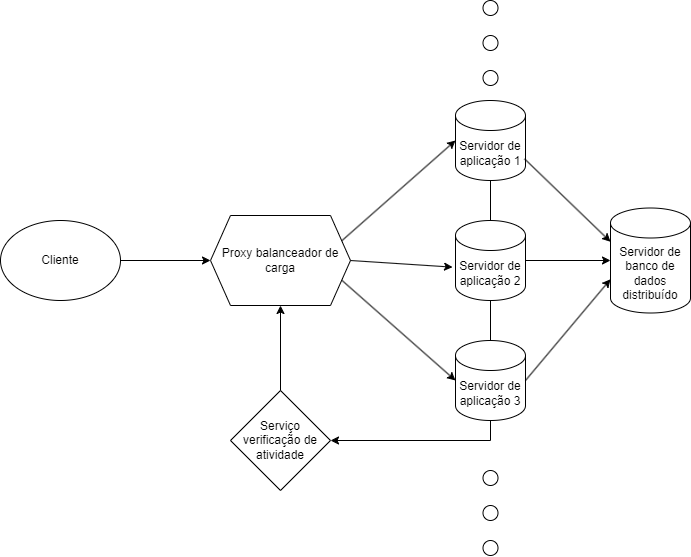
Before: docs/Diagrama da arquitetura.png, a diagram exported from draw.io (Sistemas-Distribuidos-UFG-2024-2/TicketSafe). Source tidied: cells renumbered, new cells last; positions are measured from the earlier drawing's top-left corner, leaving out a move shared by most shapes. Source of this version:
```xml
<mxGraphModel>
  <root>
    <mxCell id="0" />
    <mxCell id="1" parent="0" />
    <mxCell id="2" value="Cliente" style="ellipse;whiteSpace=wrap;html=1;" parent="1" vertex="1">
      <mxGeometry y="220" width="120" height="80" as="geometry" />
    </mxCell>
    <mxCell id="3" value="Proxy balanceador de carga" style="shape=hexagon;perimeter=hexagonPerimeter2;whiteSpace=wrap;html=1;fixedSize=1;" parent="1" vertex="1">
      <mxGeometry x="210" y="215" width="140" height="90" as="geometry" />
    </mxCell>
    <mxCell id="4" value="Serviço verificação de atividade" style="rhombus;whiteSpace=wrap;html=1;" parent="1" vertex="1">
      <mxGeometry x="230" y="390" width="100" height="100" as="geometry" />
    </mxCell>
    <mxCell id="5" value="Servidor de aplicação 1" style="shape=cylinder3;whiteSpace=wrap;html=1;boundedLbl=1;backgroundOutline=1;size=15;" parent="1" vertex="1">
      <mxGeometry x="455" y="100" width="70" height="80" as="geometry" />
    </mxCell>
    <mxCell id="6" value="Servidor de aplicação 2" style="shape=cylinder3;whiteSpace=wrap;html=1;boundedLbl=1;backgroundOutline=1;size=15;" parent="1" vertex="1">
      <mxGeometry x="455" y="220" width="70" height="80" as="geometry" />
    </mxCell>
    <mxCell id="7" value="Servidor de aplicação 3" style="shape=cylinder3;whiteSpace=wrap;html=1;boundedLbl=1;backgroundOutline=1;size=15;" parent="1" vertex="1">
      <mxGeometry x="455" y="340" width="70" height="80" as="geometry" />
    </mxCell>
    <mxCell id="8" style="ellipse;whiteSpace=wrap;html=1;" parent="1" vertex="1">
      <mxGeometry x="482.5" y="470" width="15" height="15" as="geometry" />
    </mxCell>
    <mxCell id="9" style="ellipse;whiteSpace=wrap;html=1;" parent="1" vertex="1">
      <mxGeometry x="482.5" y="505" width="15" height="15" as="geometry" />
    </mxCell>
    <mxCell id="10" style="ellipse;whiteSpace=wrap;html=1;" parent="1" vertex="1">
      <mxGeometry x="482.5" y="540" width="15" height="15" as="geometry" />
    </mxCell>
    <mxCell id="11" style="ellipse;whiteSpace=wrap;html=1;" parent="1" vertex="1">
      <mxGeometry x="482.5" width="15" height="15" as="geometry" />
    </mxCell>
    <mxCell id="12" style="ellipse;whiteSpace=wrap;html=1;" parent="1" vertex="1">
      <mxGeometry x="482.5" y="35" width="15" height="15" as="geometry" />
    </mxCell>
    <mxCell id="13" style="ellipse;whiteSpace=wrap;html=1;" parent="1" vertex="1">
      <mxGeometry x="482.5" y="70" width="15" height="15" as="geometry" />
    </mxCell>
    <mxCell id="14" style="endArrow=classic;html=1;rounded=0;entryX=0;entryY=0.5;entryDx=0;entryDy=0;exitX=1;exitY=0.5;exitDx=0;exitDy=0;" parent="1" edge="1" source="2" target="3">
      <mxGeometry relative="1" as="geometry" />
    </mxCell>
    <mxCell id="15" style="endArrow=classic;html=1;rounded=0;exitX=0.986;exitY=0.729;exitDx=0;exitDy=0;exitPerimeter=0;entryX=0;entryY=0;entryDx=0;entryDy=33.75;entryPerimeter=0;" parent="1" edge="1" source="5" target="24">
      <mxGeometry relative="1" as="geometry" />
    </mxCell>
    <mxCell id="16" style="endArrow=classic;html=1;rounded=0;exitX=1;exitY=0.5;exitDx=0;exitDy=0;exitPerimeter=0;entryX=0;entryY=0.5;entryDx=0;entryDy=0;entryPerimeter=0;" parent="1" edge="1" source="6" target="24">
      <mxGeometry relative="1" as="geometry" />
    </mxCell>
    <mxCell id="17" style="endArrow=classic;html=1;rounded=0;exitX=1;exitY=0.5;exitDx=0;exitDy=0;exitPerimeter=0;entryX=0;entryY=0;entryDx=0;entryDy=71.25;entryPerimeter=0;" parent="1" edge="1" source="7" target="24">
      <mxGeometry relative="1" as="geometry" />
    </mxCell>
    <mxCell id="18" style="endArrow=classic;html=1;rounded=0;exitX=1;exitY=0.25;exitDx=0;exitDy=0;entryX=0;entryY=0.5;entryDx=0;entryDy=0;entryPerimeter=0;" parent="1" edge="1" source="3" target="5">
      <mxGeometry relative="1" as="geometry" />
    </mxCell>
    <mxCell id="19" style="endArrow=classic;html=1;rounded=0;exitX=1;exitY=0.5;exitDx=0;exitDy=0;entryX=-0.042;entryY=0.583;entryDx=0;entryDy=0;entryPerimeter=0;" parent="1" edge="1" source="3" target="6">
      <mxGeometry relative="1" as="geometry" />
    </mxCell>
    <mxCell id="20" style="endArrow=classic;html=1;rounded=0;exitX=1;exitY=0.75;exitDx=0;exitDy=0;entryX=0;entryY=0.5;entryDx=0;entryDy=0;entryPerimeter=0;" parent="1" edge="1" source="3" target="7">
      <mxGeometry relative="1" as="geometry" />
    </mxCell>
    <mxCell id="21" style="endArrow=none;html=1;rounded=0;entryX=0.5;entryY=1;entryDx=0;entryDy=0;entryPerimeter=0;exitX=0.5;exitY=0;exitDx=0;exitDy=0;exitPerimeter=0;" parent="1" edge="1" source="6" target="5">
      <mxGeometry relative="1" as="geometry" />
    </mxCell>
    <mxCell id="22" style="endArrow=none;html=1;rounded=0;entryX=0.5;entryY=1;entryDx=0;entryDy=0;entryPerimeter=0;exitX=0.5;exitY=0;exitDx=0;exitDy=0;exitPerimeter=0;" parent="1" edge="1" source="7" target="6">
      <mxGeometry relative="1" as="geometry" />
    </mxCell>
    <mxCell id="23" style="endArrow=classic;html=1;rounded=0;exitX=0.5;exitY=1;exitDx=0;exitDy=0;exitPerimeter=0;entryX=1;entryY=0.5;entryDx=0;entryDy=0;" parent="1" edge="1" source="7" target="4">
      <mxGeometry relative="1" as="geometry">
        <Array as="points">
          <mxPoint x="490" y="440" />
        </Array>
      </mxGeometry>
    </mxCell>
    <mxCell id="24" value="Servidor de banco de dados distribuído" style="shape=cylinder3;whiteSpace=wrap;html=1;boundedLbl=1;backgroundOutline=1;size=15;" parent="1" vertex="1">
      <mxGeometry x="610" y="207.5" width="80" height="105" as="geometry" />
    </mxCell>
    <mxCell id="25" style="endArrow=classic;html=1;rounded=0;exitX=0.5;exitY=0;exitDx=0;exitDy=0;entryX=0.5;entryY=1;entryDx=0;entryDy=0;" parent="1" edge="1" source="4" target="3">
      <mxGeometry relative="1" as="geometry" />
    </mxCell>
  </root>
</mxGraphModel>
```
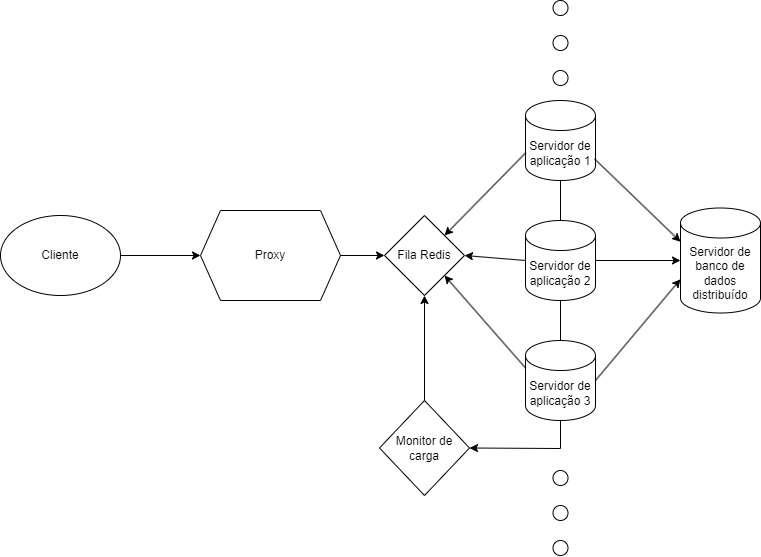
Above is the later version.

What changed in the source:
```diff
@@ -3,14 +3,11 @@
     <mxCell id="0" />
     <mxCell id="1" parent="0" />
     <mxCell id="2" value="Cliente" style="ellipse;whiteSpace=wrap;html=1;" parent="1" vertex="1">
-      <mxGeometry y="220" width="120" height="80" as="geometry" />
+      <mxGeometry x="-70" y="215" width="120" height="80" as="geometry" />
     </mxCell>
-    <mxCell id="3" value="Proxy balanceador de carga" style="shape=hexagon;perimeter=hexagonPerimeter2;whiteSpace=wrap;html=1;fixedSize=1;" parent="1" vertex="1">
-      <mxGeometry x="210" y="215" width="140" height="90" as="geometry" />
+    <mxCell id="3" value="Proxy" style="shape=hexagon;perimeter=hexagonPerimeter2;whiteSpace=wrap;html=1;fixedSize=1;" parent="1" vertex="1">
+      <mxGeometry x="130" y="210" width="140" height="90" as="geometry" />
     </mxCell>
-    <mxCell id="4" value="Serviço verificação de atividade" style="rhombus;whiteSpace=wrap;html=1;" parent="1" vertex="1">
-      <mxGeometry x="230" y="390" width="100" height="100" as="geometry" />
-    </mxCell>
     <mxCell id="5" value="Servidor de aplicação 1" style="shape=cylinder3;whiteSpace=wrap;html=1;boundedLbl=1;backgroundOutline=1;size=15;" parent="1" vertex="1">
       <mxGeometry x="455" y="100" width="70" height="80" as="geometry" />
     </mxCell>
@@ -50,33 +47,42 @@
     <mxCell id="17" style="endArrow=classic;html=1;rounded=0;exitX=1;exitY=0.5;exitDx=0;exitDy=0;exitPerimeter=0;entryX=0;entryY=0;entryDx=0;entryDy=71.25;entryPerimeter=0;" parent="1" edge="1" source="7" target="24">
       <mxGeometry relative="1" as="geometry" />
     </mxCell>
-    <mxCell id="18" style="endArrow=classic;html=1;rounded=0;exitX=1;exitY=0.25;exitDx=0;exitDy=0;entryX=0;entryY=0.5;entryDx=0;entryDy=0;entryPerimeter=0;" parent="1" edge="1" source="3" target="5">
-      <mxGeometry relative="1" as="geometry" />
-    </mxCell>
-    <mxCell id="19" style="endArrow=classic;html=1;rounded=0;exitX=1;exitY=0.5;exitDx=0;exitDy=0;entryX=-0.042;entryY=0.583;entryDx=0;entryDy=0;entryPerimeter=0;" parent="1" edge="1" source="3" target="6">
-      <mxGeometry relative="1" as="geometry" />
-    </mxCell>
-    <mxCell id="20" style="endArrow=classic;html=1;rounded=0;exitX=1;exitY=0.75;exitDx=0;exitDy=0;entryX=0;entryY=0.5;entryDx=0;entryDy=0;entryPerimeter=0;" parent="1" edge="1" source="3" target="7">
-      <mxGeometry relative="1" as="geometry" />
-    </mxCell>
     <mxCell id="21" style="endArrow=none;html=1;rounded=0;entryX=0.5;entryY=1;entryDx=0;entryDy=0;entryPerimeter=0;exitX=0.5;exitY=0;exitDx=0;exitDy=0;exitPerimeter=0;" parent="1" edge="1" source="6" target="5">
       <mxGeometry relative="1" as="geometry" />
     </mxCell>
     <mxCell id="22" style="endArrow=none;html=1;rounded=0;entryX=0.5;entryY=1;entryDx=0;entryDy=0;entryPerimeter=0;exitX=0.5;exitY=0;exitDx=0;exitDy=0;exitPerimeter=0;" parent="1" edge="1" source="7" target="6">
       <mxGeometry relative="1" as="geometry" />
     </mxCell>
-    <mxCell id="23" style="endArrow=classic;html=1;rounded=0;exitX=0.5;exitY=1;exitDx=0;exitDy=0;exitPerimeter=0;entryX=1;entryY=0.5;entryDx=0;entryDy=0;" parent="1" edge="1" source="7" target="4">
-      <mxGeometry relative="1" as="geometry">
-        <Array as="points">
-          <mxPoint x="490" y="440" />
-        </Array>
-      </mxGeometry>
-    </mxCell>
     <mxCell id="24" value="Servidor de banco de dados distribuído" style="shape=cylinder3;whiteSpace=wrap;html=1;boundedLbl=1;backgroundOutline=1;size=15;" parent="1" vertex="1">
       <mxGeometry x="610" y="207.5" width="80" height="105" as="geometry" />
     </mxCell>
-    <mxCell id="25" style="endArrow=classic;html=1;rounded=0;exitX=0.5;exitY=0;exitDx=0;exitDy=0;entryX=0.5;entryY=1;entryDx=0;entryDy=0;" parent="1" edge="1" source="4" target="3">
-      <mxGeometry relative="1" as="geometry" />
-    </mxCell>
+    <mxCell id="26" value="Fila Redis" style="rhombus;whiteSpace=wrap;html=1;" parent="1" vertex="1">
+      <mxGeometry x="314" y="215" width="80" height="80" as="geometry" />
+    </mxCell>
+    <mxCell id="27" style="endArrow=classic;html=1;rounded=0;exitX=1;exitY=0.5;exitDx=0;exitDy=0;entryX=0;entryY=0.5;entryDx=0;entryDy=0;" parent="1" edge="1" source="3" target="26">
+      <mxGeometry relative="1" as="geometry" />
+    </mxCell>
+    <mxCell id="28" style="endArrow=classic;html=1;rounded=0;exitX=0;exitY=0;exitDx=0;exitDy=52.5;exitPerimeter=0;entryX=1;entryY=0;entryDx=0;entryDy=0;" parent="1" edge="1" source="5" target="26">
+      <mxGeometry relative="1" as="geometry" />
+    </mxCell>
+    <mxCell id="29" style="endArrow=classic;html=1;rounded=0;exitX=0;exitY=0.5;exitDx=0;exitDy=0;exitPerimeter=0;entryX=1;entryY=0.5;entryDx=0;entryDy=0;" parent="1" edge="1" source="6" target="26">
+      <mxGeometry relative="1" as="geometry" />
+    </mxCell>
+    <mxCell id="30" style="endArrow=classic;html=1;rounded=0;exitX=0;exitY=0;exitDx=0;exitDy=27.5;exitPerimeter=0;entryX=1;entryY=1;entryDx=0;entryDy=0;" parent="1" edge="1" source="7" target="26">
+      <mxGeometry relative="1" as="geometry" />
+    </mxCell>
+    <mxCell id="31" style="edgeStyle=orthogonalEdgeStyle;rounded=0;jettySize=auto;html=1;entryX=0.5;entryY=1;entryDx=0;entryDy=0;" parent="1" edge="1" source="32" target="26">
+      <mxGeometry relative="1" as="geometry" />
+    </mxCell>
+    <mxCell id="32" value="Monitor de carga" style="rhombus;whiteSpace=wrap;html=1;" parent="1" vertex="1">
+      <mxGeometry x="309" y="400" width="90" height="95" as="geometry" />
+    </mxCell>
+    <mxCell id="33" style="endArrow=classic;html=1;rounded=0;exitX=0.5;exitY=1;exitDx=0;exitDy=0;exitPerimeter=0;entryX=1;entryY=0.5;entryDx=0;entryDy=0;" parent="1" edge="1" source="7" target="32">
+      <mxGeometry relative="1" as="geometry">
+        <Array as="points">
+          <mxPoint x="490" y="448" />
+        </Array>
+      </mxGeometry>
+    </mxCell>
   </root>
 </mxGraphModel>
```
